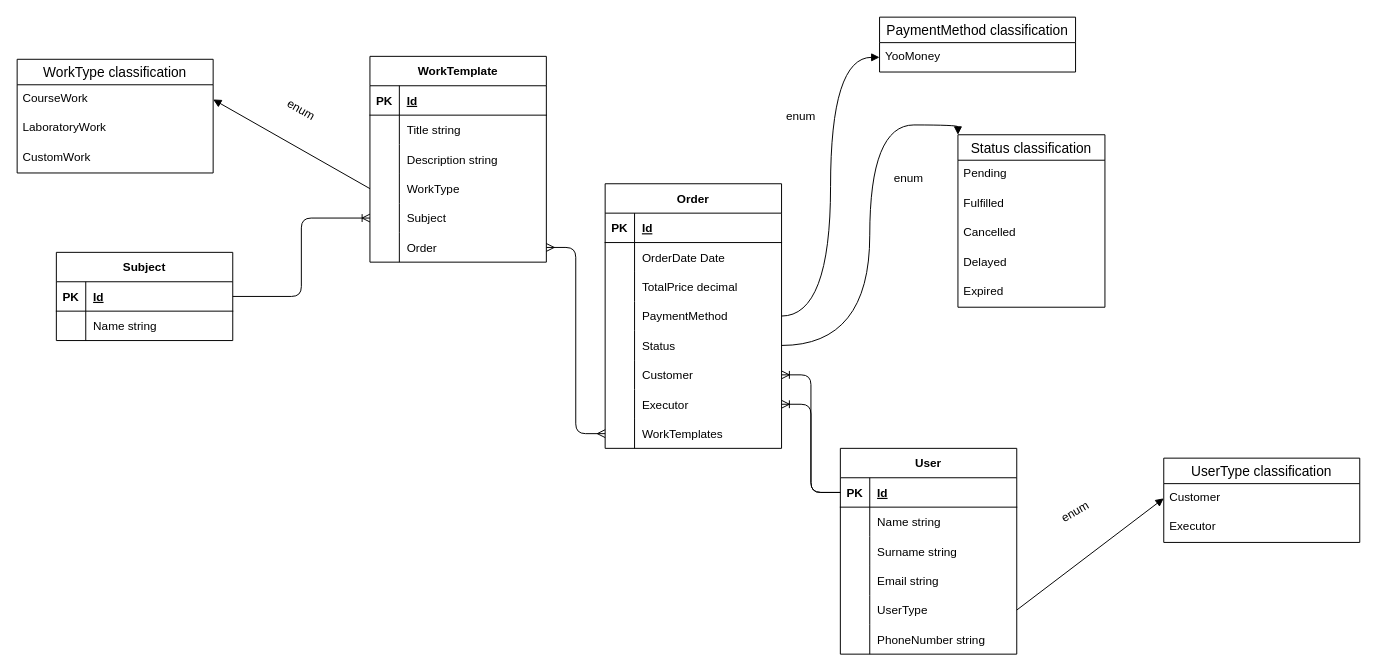
Above: architecture/database overview.drawio in mxdnxghts/ScienceAtrium (draw.io), before the change. Source tidied: cells renumbered, new cells numbered last; positions are measured from the earlier drawing's top-left corner, leaving out a move shared by most shapes. Both pictures are drawn from the tidied source at 98%, with x=0, y=0 at pixel (17, 17).
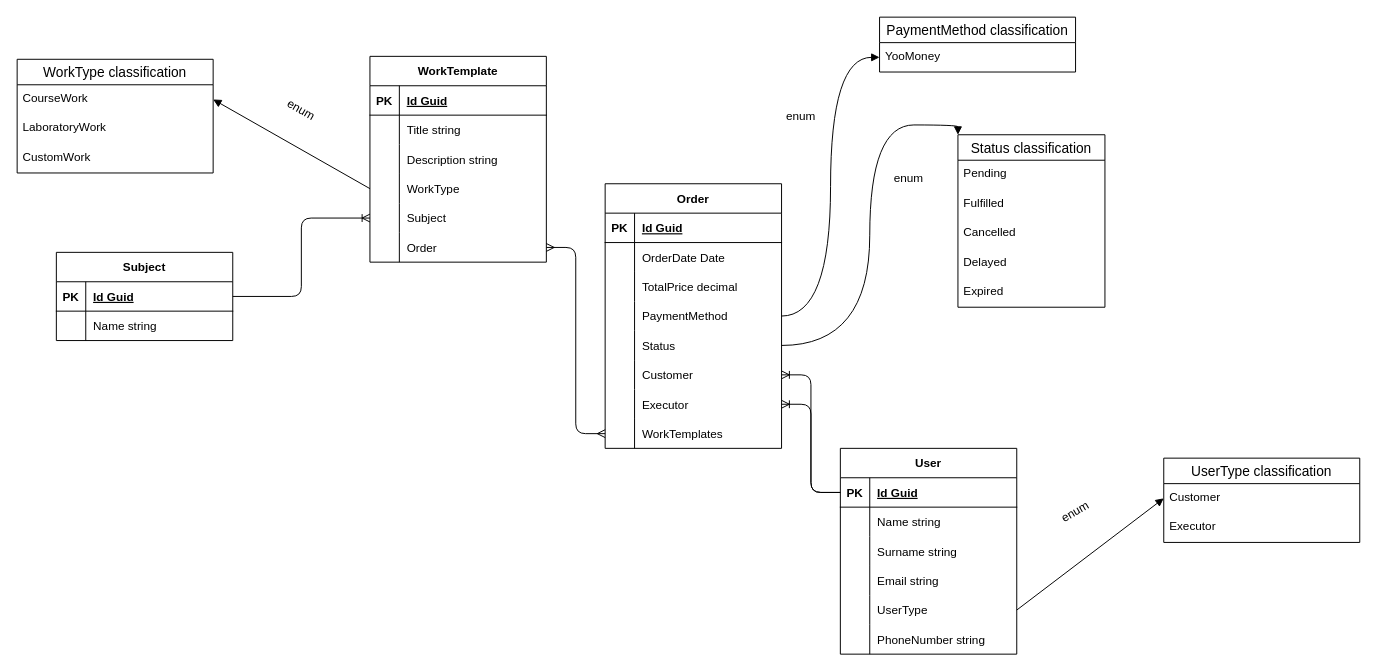
The same page after the edit.

Commit message:
Added data types for fields.

The change refers to these unchanged cells:
```xml
<mxCell id="3" style="shape=tableRow;horizontal=0;startSize=0;swimlaneHead=0;swimlaneBody=0;fillColor=none;top=0;left=0;right=0;bottom=1;" parent="2" vertex="1">
  <mxGeometry y="30" width="180" height="30" as="geometry" />
</mxCell>
<mxCell id="39" style="shape=tableRow;horizontal=0;startSize=0;swimlaneHead=0;swimlaneBody=0;fillColor=none;top=0;left=0;right=0;bottom=1;" parent="38" vertex="1">
  <mxGeometry y="30" width="180" height="30" as="geometry" />
</mxCell>
<mxCell id="62" style="shape=tableRow;horizontal=0;startSize=0;swimlaneHead=0;swimlaneBody=0;fillColor=none;points=[[0,0.5],[1,0.5]];portConstraint=eastwest;top=0;left=0;right=0;bottom=1;" parent="61" vertex="1">
  <mxGeometry y="30" width="180" height="30" as="geometry" />
</mxCell>
<mxCell id="69" style="shape=tableRow;horizontal=0;startSize=0;swimlaneHead=0;swimlaneBody=0;fillColor=none;points=[[0,0.5],[1,0.5]];portConstraint=eastwest;top=0;left=0;right=0;bottom=1;" parent="68" vertex="1">
  <mxGeometry y="30" width="180" height="30" as="geometry" />
</mxCell>
```

The edit, as a diff of the source:
```diff
@@
-    <mxCell id="5" value="Id" style="shape=partialRectangle;fillColor=none;top=0;left=0;bottom=0;right=0;align=left;spacingLeft=6;fontStyle=5;overflow=hidden;" parent="3" vertex="1">
+    <mxCell id="5" value="Id Guid" style="shape=partialRectangle;fillColor=none;top=0;left=0;bottom=0;right=0;align=left;spacingLeft=6;fontStyle=5;overflow=hidden;" parent="3" vertex="1">
       <mxGeometry x="30" width="150" height="30" as="geometry" />
     </mxCell>
@@
-    <mxCell id="41" value="Id" style="shape=partialRectangle;fillColor=none;top=0;left=0;bottom=0;right=0;align=left;spacingLeft=6;fontStyle=5;overflow=hidden;" parent="39" vertex="1">
+    <mxCell id="41" value="Id Guid" style="shape=partialRectangle;fillColor=none;top=0;left=0;bottom=0;right=0;align=left;spacingLeft=6;fontStyle=5;overflow=hidden;" parent="39" vertex="1">
       <mxGeometry x="30" width="150" height="30" as="geometry" />
     </mxCell>
@@
-    <mxCell id="64" value="Id" style="shape=partialRectangle;fillColor=none;top=0;left=0;bottom=0;right=0;align=left;spacingLeft=6;fontStyle=5;overflow=hidden;" parent="62" vertex="1">
+    <mxCell id="64" value="Id Guid" style="shape=partialRectangle;fillColor=none;top=0;left=0;bottom=0;right=0;align=left;spacingLeft=6;fontStyle=5;overflow=hidden;" parent="62" vertex="1">
       <mxGeometry x="30" width="150" height="30" as="geometry" />
     </mxCell>
@@
-    <mxCell id="71" value="Id" style="shape=partialRectangle;fillColor=none;top=0;left=0;bottom=0;right=0;align=left;spacingLeft=6;fontStyle=5;overflow=hidden;" parent="69" vertex="1">
+    <mxCell id="71" value="Id Guid" style="shape=partialRectangle;fillColor=none;top=0;left=0;bottom=0;right=0;align=left;spacingLeft=6;fontStyle=5;overflow=hidden;" parent="69" vertex="1">
       <mxGeometry x="30" width="150" height="30" as="geometry" />
     </mxCell>
```
